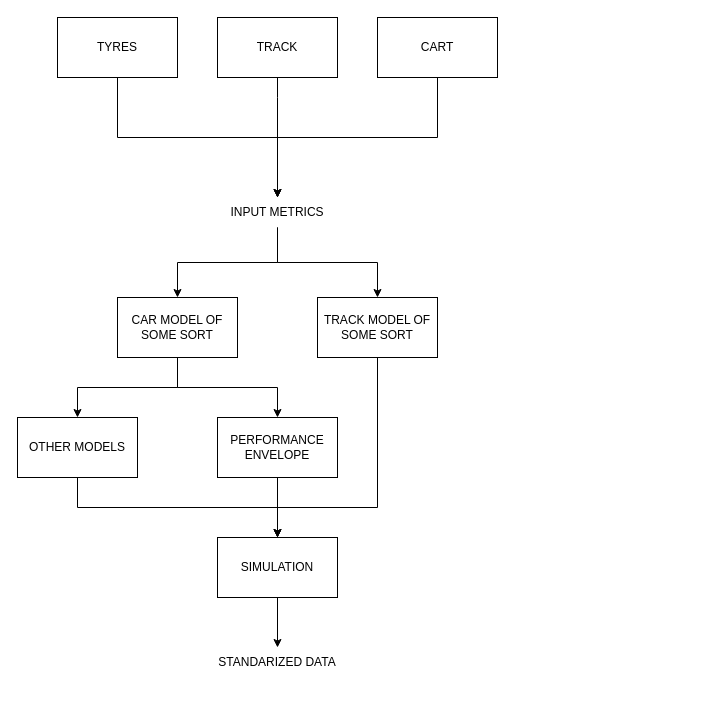
The draw.io diagram docs/LapDoerScheme.drawio in BAAdas/lap-doer, before the edit. Source tidied: cells renumbered, new cells numbered last; positions are measured from the earlier drawing's top-left corner, leaving out a move shared by most shapes. Both pictures are drawn from the tidied source at 100%, with x=0, y=0 at pixel (17, 17).
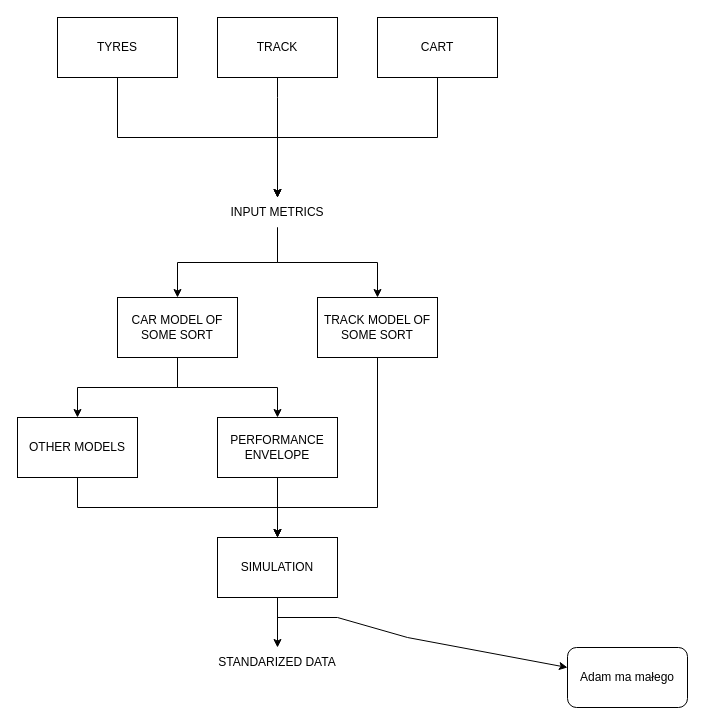
After the change.

Change to the diagram source:
```diff
@@
+    <mxCell id="23" style="endArrow=classic;html=1;rounded=0;" parent="1" edge="1">
+      <mxGeometry relative="1" as="geometry">
+        <mxPoint x="260" y="600" as="sourcePoint" />
+        <mxPoint x="550" y="650" as="targetPoint" />
+        <Array as="points">
+          <mxPoint x="320" y="600" />
+          <mxPoint x="390" y="620" />
+        </Array>
+      </mxGeometry>
+    </mxCell>
+    <mxCell id="24" value="Adam ma małego" style="rounded=1;whiteSpace=wrap;html=1;" parent="1" vertex="1">
+      <mxGeometry x="550" y="630" width="120" height="60" as="geometry" />
+    </mxCell>
```
